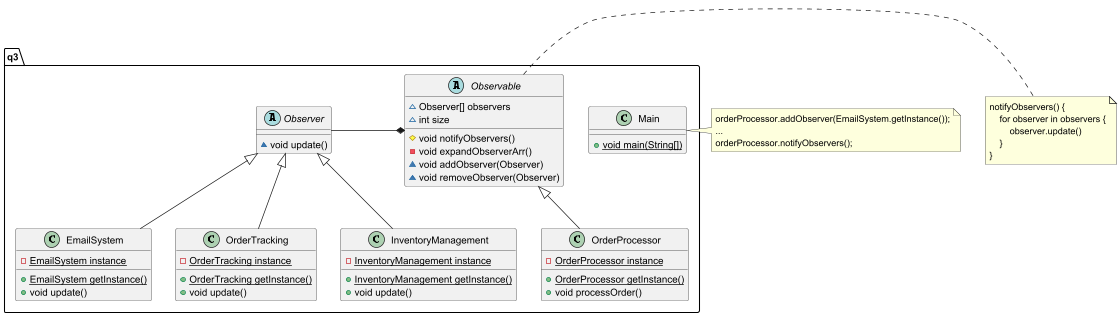
Earlier version of the PlantUML export img/q4b.png (JustCatto/CI6115_TB1_coursework_2526_P2).
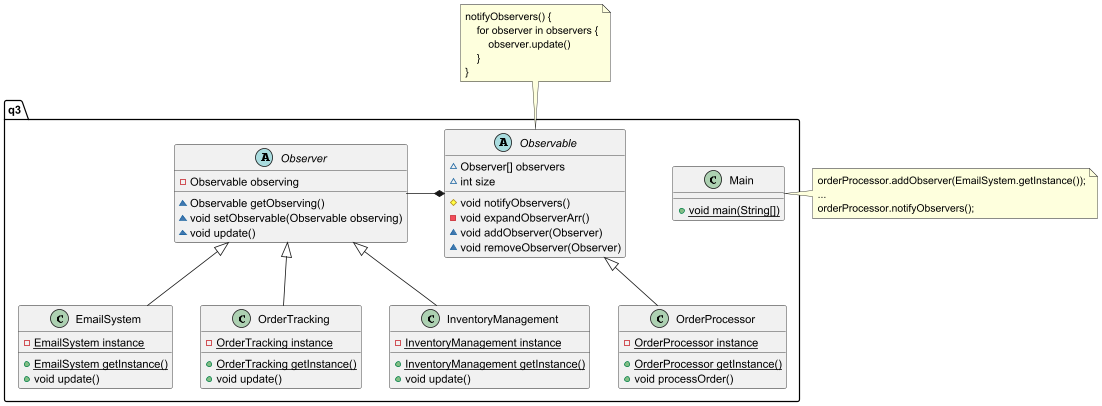
After the change.

Diff of the diagram source:
```diff
@@ -12,6 +12,9 @@
 
 
 abstract class q3.Observer {
+- Observable observing
+~ Observable getObserving()
+~ void setObservable(Observable observing)
 ~ void update()
 }
 
@@ -52,7 +55,7 @@
 orderProcessor.notifyObservers();
 end note
 
-note right of Observable
+note top of Observable
 notifyObservers() {
     for observer in observers {
         observer.update()
```
